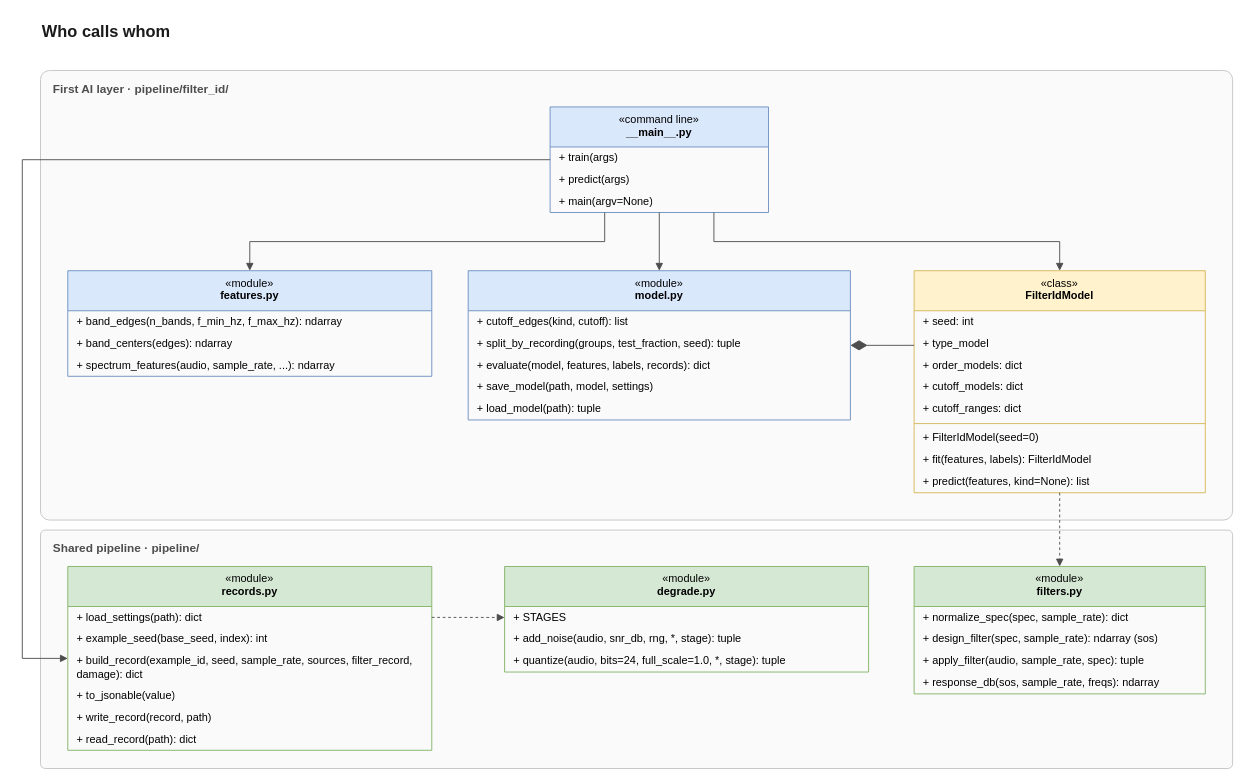
Earlier version of the draw.io diagram page "1 · Code structure" (1 of 4) of docs/code-map/filter-id-code-map.drawio (Dialovos/fpga-audio-source-classifier). Source tidied: cells renumbered, new cells numbered last; positions are measured from the earlier drawing's top-left corner, leaving out a move shared by most shapes. Both pictures are drawn from the tidied source at 91%, with x=0, y=0 at pixel (22, 15).
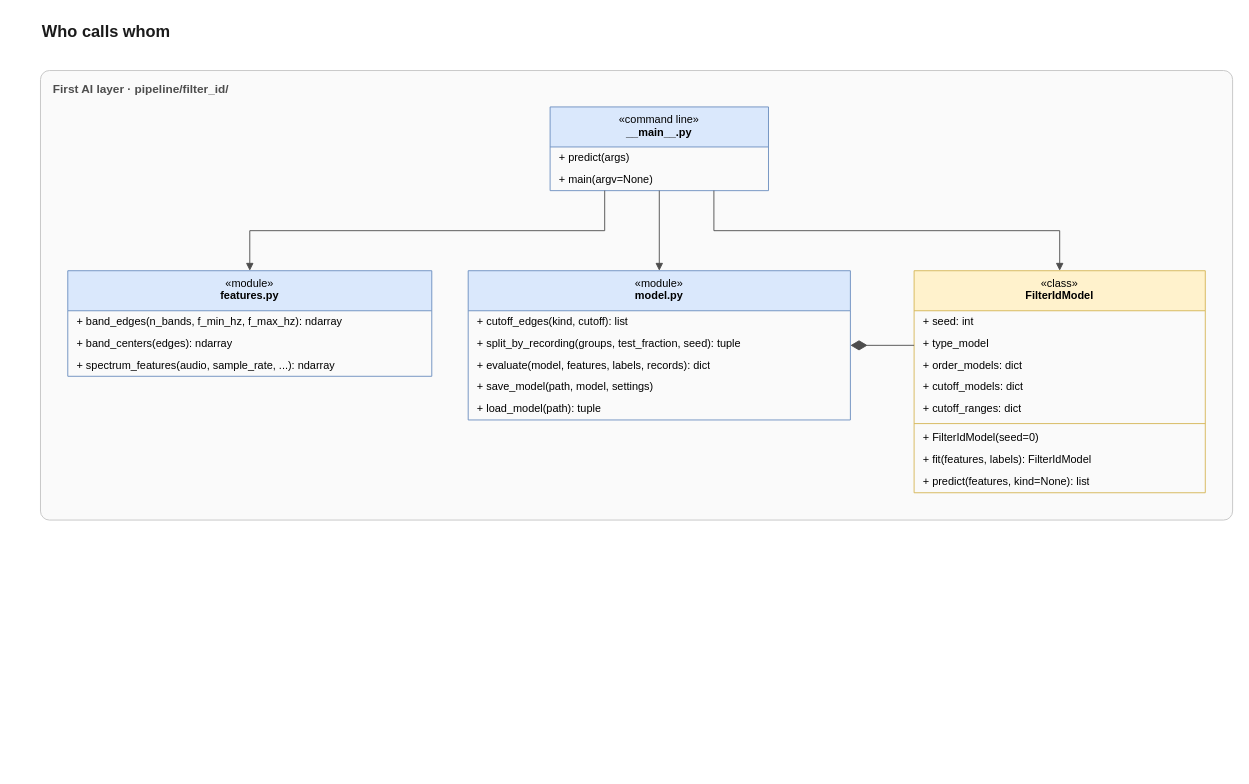
The same diagram, later.

Unchanged cells that the change refers to:
```xml
<mxCell id="19" value="«class»&lt;br&gt;&lt;b&gt;FilterIdModel&lt;/b&gt;" style="swimlane;fontStyle=0;align=center;verticalAlign=top;horizontal=1;startSize=44;whiteSpace=wrap;html=1;fontSize=12;fillColor=#fff2cc;strokeColor=#d6b656;" parent="1" vertex="1">
  <mxGeometry x="980" y="280" width="320" height="244" as="geometry" />
</mxCell>
```

The edit, as a diff of the source:
```diff
@@
-    <mxCell id="4" value="Shared pipeline  ·  pipeline/" style="rounded=1;arcSize=2;whiteSpace=wrap;html=1;fillColor=#fafafa;strokeColor=#c4c4c4;verticalAlign=top;align=left;spacingLeft=12;spacingTop=6;fontStyle=1;fontSize=13;fontColor=#4d4d4d;" parent="1" vertex="1">
-      <mxGeometry x="20" y="565" width="1310" height="262" as="geometry" />
-    </mxCell>
     <mxCell id="5" value="«command line»&lt;br&gt;&lt;b&gt;__main__.py&lt;/b&gt;" style="swimlane;fontStyle=0;align=center;verticalAlign=top;horizontal=1;startSize=44;whiteSpace=wrap;html=1;fontSize=12;fillColor=#dae8fc;strokeColor=#6c8ebf;" parent="1" vertex="1">
-      <mxGeometry x="580" y="100" width="240" height="116" as="geometry" />
+      <mxGeometry x="580" y="100" width="240" height="92" as="geometry" />
     </mxCell>
-    <mxCell id="6" value="+ train(args)" style="text;strokeColor=none;fillColor=none;align=left;verticalAlign=middle;spacingLeft=8;spacingRight=6;overflow=hidden;whiteSpace=wrap;html=1;fontSize=12;" parent="5" vertex="1">
-      <mxGeometry y="44" width="240" height="24" as="geometry" />
-    </mxCell>
     <mxCell id="7" value="+ predict(args)" style="text;strokeColor=none;fillColor=none;align=left;verticalAlign=middle;spacingLeft=8;spacingRight=6;overflow=hidden;whiteSpace=wrap;html=1;fontSize=12;" parent="5" vertex="1">
-      <mxGeometry y="68" width="240" height="24" as="geometry" />
+      <mxGeometry y="44" width="240" height="24" as="geometry" />
     </mxCell>
     <mxCell id="8" value="+ main(argv=None)" style="text;strokeColor=none;fillColor=none;align=left;verticalAlign=middle;spacingLeft=8;spacingRight=6;overflow=hidden;whiteSpace=wrap;html=1;fontSize=12;" parent="5" vertex="1">
-      <mxGeometry y="92" width="240" height="24" as="geometry" />
+      <mxGeometry y="68" width="240" height="24" as="geometry" />
     </mxCell>
@@
-    <mxCell id="29" value="«module»&lt;br&gt;&lt;b&gt;records.py&lt;/b&gt;" style="swimlane;fontStyle=0;align=center;verticalAlign=top;horizontal=1;startSize=44;whiteSpace=wrap;html=1;fontSize=12;fillColor=#d5e8d4;strokeColor=#82b366;" parent="1" vertex="1">
-      <mxGeometry x="50" y="605" width="400" height="202" as="geometry" />
-    </mxCell>
-    <mxCell id="30" value="+ load_settings(path): dict" style="text;strokeColor=none;fillColor=none;align=left;verticalAlign=middle;spacingLeft=8;spacingRight=6;overflow=hidden;whiteSpace=wrap;html=1;fontSize=12;" parent="29" vertex="1">
-      <mxGeometry y="44" width="400" height="24" as="geometry" />
-    </mxCell>
-    <mxCell id="31" value="+ example_seed(base_seed, index): int" style="text;strokeColor=none;fillColor=none;align=left;verticalAlign=middle;spacingLeft=8;spacingRight=6;overflow=hidden;whiteSpace=wrap;html=1;fontSize=12;" parent="29" vertex="1">
-      <mxGeometry y="68" width="400" height="24" as="geometry" />
-    </mxCell>
-    <mxCell id="32" value="+ build_record(example_id, seed, sample_rate, sources, filter_record, damage): dict" style="text;strokeColor=none;fillColor=none;align=left;verticalAlign=middle;spacingLeft=8;spacingRight=6;overflow=hidden;whiteSpace=wrap;html=1;fontSize=12;" parent="29" vertex="1">
-      <mxGeometry y="92" width="400" height="38" as="geometry" />
-    </mxCell>
-    <mxCell id="33" value="+ to_jsonable(value)" style="text;strokeColor=none;fillColor=none;align=left;verticalAlign=middle;spacingLeft=8;spacingRight=6;overflow=hidden;whiteSpace=wrap;html=1;fontSize=12;" parent="29" vertex="1">
-      <mxGeometry y="130" width="400" height="24" as="geometry" />
-    </mxCell>
-    <mxCell id="34" value="+ write_record(record, path)" style="text;strokeColor=none;fillColor=none;align=left;verticalAlign=middle;spacingLeft=8;spacingRight=6;overflow=hidden;whiteSpace=wrap;html=1;fontSize=12;" parent="29" vertex="1">
-      <mxGeometry y="154" width="400" height="24" as="geometry" />
-    </mxCell>
-    <mxCell id="35" value="+ read_record(path): dict" style="text;strokeColor=none;fillColor=none;align=left;verticalAlign=middle;spacingLeft=8;spacingRight=6;overflow=hidden;whiteSpace=wrap;html=1;fontSize=12;" parent="29" vertex="1">
-      <mxGeometry y="178" width="400" height="24" as="geometry" />
-    </mxCell>
-    <mxCell id="36" value="«module»&lt;br&gt;&lt;b&gt;degrade.py&lt;/b&gt;" style="swimlane;fontStyle=0;align=center;verticalAlign=top;horizontal=1;startSize=44;whiteSpace=wrap;html=1;fontSize=12;fillColor=#d5e8d4;strokeColor=#82b366;" parent="1" vertex="1">
-      <mxGeometry x="530" y="605" width="400" height="116" as="geometry" />
-    </mxCell>
-    <mxCell id="37" value="+ STAGES" style="text;strokeColor=none;fillColor=none;align=left;verticalAlign=middle;spacingLeft=8;spacingRight=6;overflow=hidden;whiteSpace=wrap;html=1;fontSize=12;" parent="36" vertex="1">
-      <mxGeometry y="44" width="400" height="24" as="geometry" />
-    </mxCell>
-    <mxCell id="38" value="+ add_noise(audio, snr_db, rng, *, stage): tuple" style="text;strokeColor=none;fillColor=none;align=left;verticalAlign=middle;spacingLeft=8;spacingRight=6;overflow=hidden;whiteSpace=wrap;html=1;fontSize=12;" parent="36" vertex="1">
-      <mxGeometry y="68" width="400" height="24" as="geometry" />
-    </mxCell>
-    <mxCell id="39" value="+ quantize(audio, bits=24, full_scale=1.0, *, stage): tuple" style="text;strokeColor=none;fillColor=none;align=left;verticalAlign=middle;spacingLeft=8;spacingRight=6;overflow=hidden;whiteSpace=wrap;html=1;fontSize=12;" parent="36" vertex="1">
-      <mxGeometry y="92" width="400" height="24" as="geometry" />
-    </mxCell>
-    <mxCell id="40" value="«module»&lt;br&gt;&lt;b&gt;filters.py&lt;/b&gt;" style="swimlane;fontStyle=0;align=center;verticalAlign=top;horizontal=1;startSize=44;whiteSpace=wrap;html=1;fontSize=12;fillColor=#d5e8d4;strokeColor=#82b366;" parent="1" vertex="1">
-      <mxGeometry x="980" y="605" width="320" height="140" as="geometry" />
-    </mxCell>
-    <mxCell id="41" value="+ normalize_spec(spec, sample_rate): dict" style="text;strokeColor=none;fillColor=none;align=left;verticalAlign=middle;spacingLeft=8;spacingRight=6;overflow=hidden;whiteSpace=wrap;html=1;fontSize=12;" parent="40" vertex="1">
-      <mxGeometry y="44" width="320" height="24" as="geometry" />
-    </mxCell>
-    <mxCell id="42" value="+ design_filter(spec, sample_rate): ndarray (sos)" style="text;strokeColor=none;fillColor=none;align=left;verticalAlign=middle;spacingLeft=8;spacingRight=6;overflow=hidden;whiteSpace=wrap;html=1;fontSize=12;" parent="40" vertex="1">
-      <mxGeometry y="68" width="320" height="24" as="geometry" />
-    </mxCell>
-    <mxCell id="43" value="+ apply_filter(audio, sample_rate, spec): tuple" style="text;strokeColor=none;fillColor=none;align=left;verticalAlign=middle;spacingLeft=8;spacingRight=6;overflow=hidden;whiteSpace=wrap;html=1;fontSize=12;" parent="40" vertex="1">
-      <mxGeometry y="92" width="320" height="24" as="geometry" />
-    </mxCell>
-    <mxCell id="44" value="+ response_db(sos, sample_rate, freqs): ndarray" style="text;strokeColor=none;fillColor=none;align=left;verticalAlign=middle;spacingLeft=8;spacingRight=6;overflow=hidden;whiteSpace=wrap;html=1;fontSize=12;" parent="40" vertex="1">
-      <mxGeometry y="116" width="320" height="24" as="geometry" />
-    </mxCell>
@@
-    <mxCell id="48" style="edgeStyle=orthogonalEdgeStyle;rounded=0;jettySize=auto;html=1;strokeColor=#4d4d4d;fontSize=11;labelBackgroundColor=none;fontStyle=1;endArrow=block;endFill=1;exitX=0;exitY=0.5;exitDx=0;exitDy=0;entryX=0;entryY=0.5;entryDx=0;entryDy=0;" parent="1" edge="1" source="5" target="29">
-      <mxGeometry relative="1" as="geometry">
-        <Array as="points">
-          <mxPoint y="158" />
-          <mxPoint y="706" />
-        </Array>
-      </mxGeometry>
-    </mxCell>
@@
-    <mxCell id="50" style="edgeStyle=orthogonalEdgeStyle;rounded=0;jettySize=auto;html=1;strokeColor=#4d4d4d;fontSize=11;labelBackgroundColor=none;fontStyle=1;dashed=1;endArrow=block;endFill=1;exitX=1;exitY=0.277;exitDx=0;exitDy=0;entryX=0;entryY=0.483;entryDx=0;entryDy=0;" parent="1" edge="1" source="29" target="36">
-      <mxGeometry relative="1" as="geometry" />
-    </mxCell>
-    <mxCell id="51" style="edgeStyle=orthogonalEdgeStyle;rounded=0;jettySize=auto;html=1;strokeColor=#4d4d4d;fontSize=11;labelBackgroundColor=none;fontStyle=1;dashed=1;endArrow=block;endFill=1;exitX=0.5;exitY=1;exitDx=0;exitDy=0;entryX=0.5;entryY=0;entryDx=0;entryDy=0;" parent="1" edge="1" source="19" target="40">
-      <mxGeometry relative="1" as="geometry" />
-    </mxCell>
```
